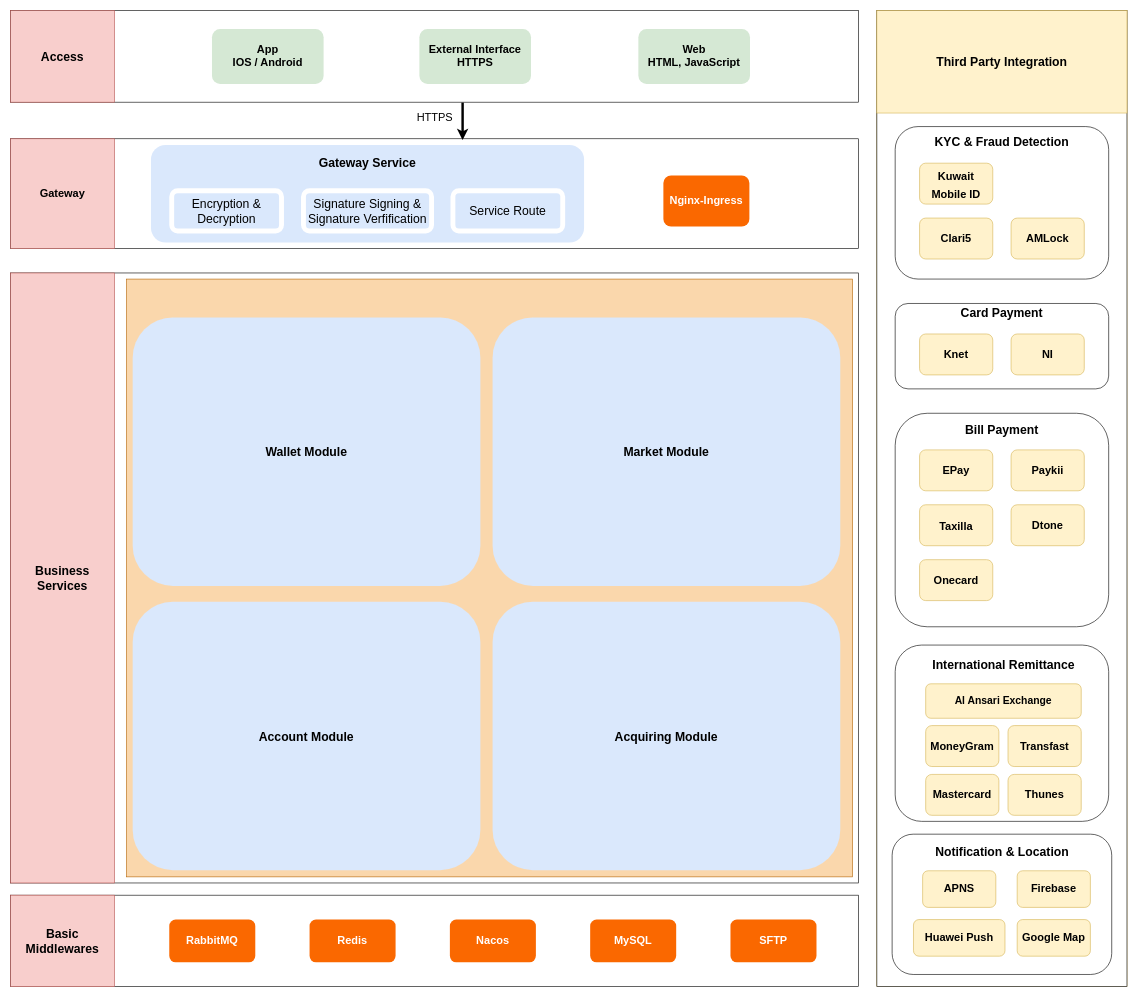
Before: wallet_kwt_archi.drawio in EricLuoisme/own-diagrams-draw-io, a draw.io diagram. Source tidied: cells renumbered, new cells numbered last; positions are measured from the earlier drawing's top-left corner, leaving out a move shared by most shapes. Both pictures are drawn from the tidied source at 61%, with x=0, y=0 at pixel (10, 10).
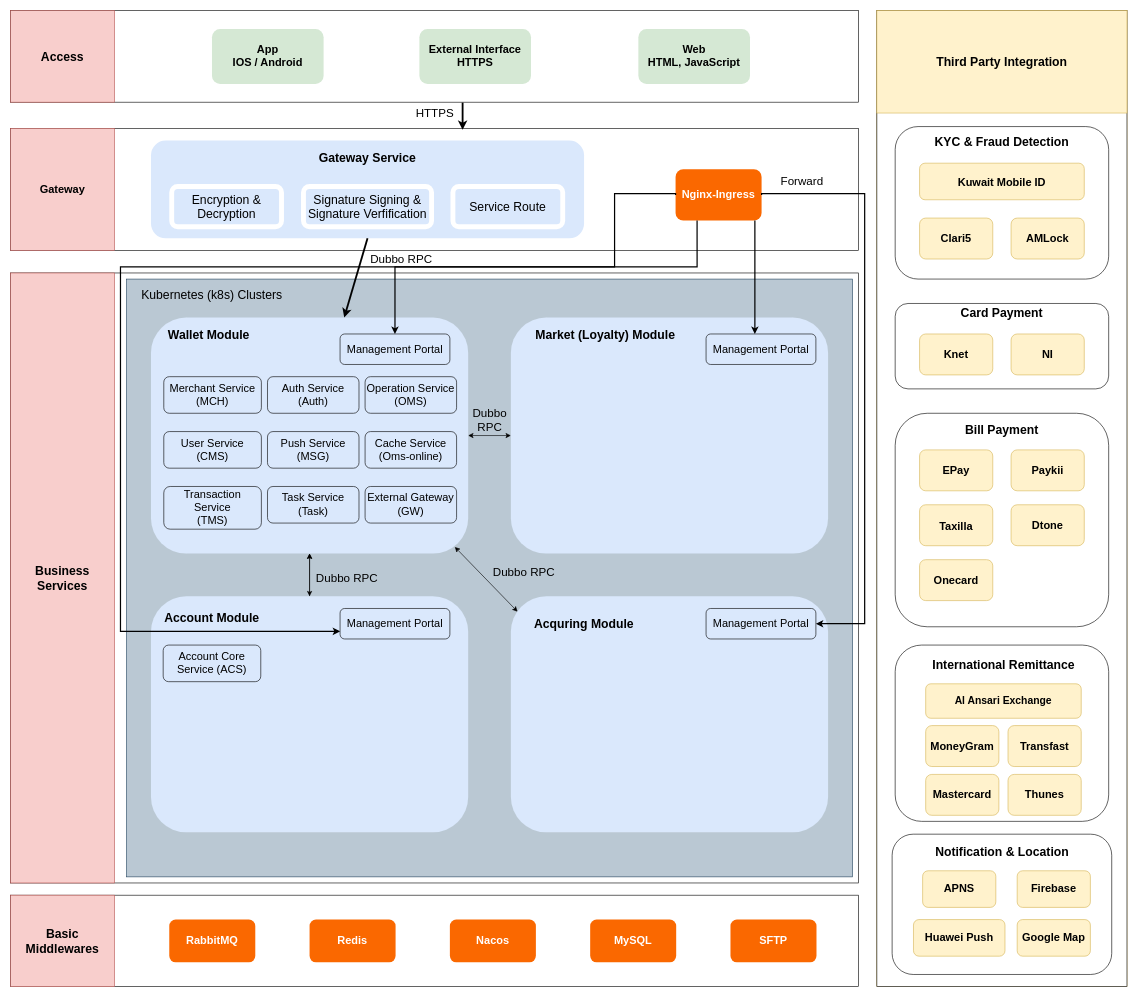
The same diagram, later.

The change refers to these unchanged cells:
```xml
<mxCell id="3" style="rounded=0;whiteSpace=wrap;html=1;fontSize=11;strokeWidth=1;" parent="2" vertex="1">
  <mxGeometry width="1390" height="150" as="geometry" />
</mxCell>
<mxCell id="51" style="group;" parent="1" vertex="1">
  <mxGeometry x="1450" y="190" width="350" height="250" as="geometry" />
</mxCell>
```

The edit, as a diff of the source:
```diff
@@
     <mxCell id="8" style="group;" parent="1" vertex="1">
-      <mxGeometry y="210" width="1390" height="180" as="geometry" />
+      <mxGeometry y="193" width="1390" height="200" as="geometry" />
     </mxCell>
     <mxCell id="9" style="rounded=0;whiteSpace=wrap;html=1;fontSize=11;strokeWidth=1;" parent="8" vertex="1">
-      <mxGeometry width="1390" height="180" as="geometry" />
+      <mxGeometry width="1390" height="200" as="geometry" />
     </mxCell>
     <mxCell id="10" value="&lt;font style=&quot;font-size: 18px;&quot;&gt;&lt;b&gt;Gateway&lt;/b&gt;&lt;/font&gt;" style="rounded=0;whiteSpace=wrap;html=1;fillColor=#f8cecc;strokeColor=#b85450;" parent="8" vertex="1">
-      <mxGeometry width="170" height="180" as="geometry" />
+      <mxGeometry width="170" height="200" as="geometry" />
     </mxCell>
     <mxCell id="11" value="&lt;font color=&quot;#ffffff&quot; style=&quot;font-size: 18px;&quot;&gt;&lt;b&gt;Nginx-Ingress&lt;/b&gt;&lt;/font&gt;" style="rounded=1;whiteSpace=wrap;html=1;labelBorderColor=none;fillColor=#fa6800;strokeColor=none;fontColor=#000000;" parent="8" vertex="1">
-      <mxGeometry x="1070" y="60" width="141" height="84" as="geometry" />
+      <mxGeometry x="1090" y="67.1" width="141" height="84" as="geometry" />
     </mxCell>
-    <mxCell id="12" style="group;" parent="8" vertex="1">
-      <mxGeometry x="230" y="10" width="710" height="160" as="geometry" />
-    </mxCell>
-    <mxCell id="13" style="rounded=1;whiteSpace=wrap;html=1;fillColor=#dae8fc;strokeColor=none;" parent="12" vertex="1">
-      <mxGeometry width="710" height="160" as="geometry" />
+    <mxCell id="13" style="rounded=1;whiteSpace=wrap;html=1;fillColor=#dae8fc;strokeColor=none;" parent="8" vertex="1">
+      <mxGeometry x="230" y="20" width="710" height="160" as="geometry" />
     </mxCell>
+    <mxCell id="17" value="&lt;font style=&quot;font-size: 20px;&quot;&gt;Service Route&lt;/font&gt;" style="rounded=1;whiteSpace=wrap;html=1;fillColor=#dae8fc;strokeColor=#FFFFFF;strokeWidth=8;" parent="8" vertex="1">
+      <mxGeometry x="725" y="95.3" width="180" height="65.9" as="geometry" />
+    </mxCell>
+    <mxCell id="16" value="&lt;font style=&quot;font-size: 20px;&quot;&gt;Signature Signing &amp;amp; Signature Verfification&lt;/font&gt;" style="rounded=1;whiteSpace=wrap;html=1;fillColor=#dae8fc;strokeColor=#FFFFFF;strokeWidth=8;" parent="8" vertex="1">
+      <mxGeometry x="480" y="95.3" width="210" height="65.9" as="geometry" />
+    </mxCell>
-    <mxCell id="14" value="&lt;font style=&quot;font-size: 20px;&quot;&gt;Gateway Service&lt;/font&gt;" style="text;strokeColor=none;align=center;fillColor=none;html=1;verticalAlign=middle;whiteSpace=wrap;rounded=0;fontStyle=1;" parent="12" vertex="1">
-      <mxGeometry x="215" y="9.4" width="280" height="37.6" as="geometry" />
+    <mxCell id="14" value="&lt;font style=&quot;font-size: 20px;&quot;&gt;Gateway Service&lt;/font&gt;" style="text;strokeColor=none;align=center;fillColor=none;html=1;verticalAlign=middle;whiteSpace=wrap;rounded=0;fontStyle=1;" parent="8" vertex="1">
+      <mxGeometry x="445" y="29.4" width="280" height="37.6" as="geometry" />
     </mxCell>
-    <mxCell id="15" value="&lt;font style=&quot;font-size: 20px;&quot;&gt;Encryption &amp;amp; Decryption&lt;/font&gt;" style="rounded=1;whiteSpace=wrap;html=1;fillColor=#dae8fc;strokeColor=#FFFFFF;strokeWidth=8;" parent="12" vertex="1">
-      <mxGeometry x="34" y="75.3" width="180" height="65.9" as="geometry" />
+    <mxCell id="15" value="&lt;font style=&quot;font-size: 20px;&quot;&gt;Encryption &amp;amp; Decryption&lt;/font&gt;" style="rounded=1;whiteSpace=wrap;html=1;fillColor=#dae8fc;strokeColor=#FFFFFF;strokeWidth=8;" parent="8" vertex="1">
+      <mxGeometry x="264" y="95.3" width="180" height="65.9" as="geometry" />
     </mxCell>
-    <mxCell id="16" value="&lt;font style=&quot;font-size: 20px;&quot;&gt;Signature Signing &amp;amp; Signature Verfification&lt;/font&gt;" style="rounded=1;whiteSpace=wrap;html=1;fillColor=#dae8fc;strokeColor=#FFFFFF;strokeWidth=8;" parent="12" vertex="1">
-      <mxGeometry x="250" y="75.3" width="210" height="65.9" as="geometry" />
-    </mxCell>
-    <mxCell id="17" value="&lt;font style=&quot;font-size: 20px;&quot;&gt;Service Route&lt;/font&gt;" style="rounded=1;whiteSpace=wrap;html=1;fillColor=#dae8fc;strokeColor=#FFFFFF;strokeWidth=8;" parent="12" vertex="1">
-      <mxGeometry x="495" y="75.3" width="180" height="65.9" as="geometry" />
-    </mxCell>
-    <mxCell id="18" style="group;" parent="1" vertex="1">
+    <mxCell id="18" style="group;fontStyle=1;" parent="1" vertex="1">
       <mxGeometry y="430" width="1420" height="1050" as="geometry" />
     </mxCell>
@@
-    <mxCell id="21" style="rounded=0;whiteSpace=wrap;html=1;fillColor=#fad7ac;strokeColor=#b46504;" parent="18" vertex="1">
+    <mxCell id="21" style="rounded=0;whiteSpace=wrap;html=1;fillColor=#bac8d3;strokeColor=#23445d;" parent="18" vertex="1">
       <mxGeometry x="190" y="10" width="1190" height="980" as="geometry" />
     </mxCell>
+    <mxCell id="72" style="rounded=0;jettySize=auto;html=1;exitX=0.5;exitY=1;exitDx=0;exitDy=0;entryX=0.5;entryY=0;entryDx=0;entryDy=0;startArrow=classic;startFill=1;" parent="18" edge="1" source="22" target="78">
+      <mxGeometry relative="1" as="geometry" />
+    </mxCell>
+    <mxCell id="73" value="&lt;font style=&quot;font-size: 19px;&quot;&gt;Dubbo RPC&lt;/font&gt;" style="edgeLabel;html=1;align=center;verticalAlign=middle;labelBackgroundColor=none;" parent="72" vertex="1">
+      <mxGeometry x="0.04" y="-3" relative="1" as="geometry">
+        <mxPoint x="63" y="4" as="offset" />
+      </mxGeometry>
+    </mxCell>
+    <mxCell id="74" style="edgeStyle=orthogonalEdgeStyle;rounded=0;jettySize=auto;html=1;exitX=1;exitY=0.5;exitDx=0;exitDy=0;entryX=0;entryY=0.5;entryDx=0;entryDy=0;startArrow=classic;startFill=1;" parent="18" edge="1" source="22" target="76">
+      <mxGeometry relative="1" as="geometry" />
+    </mxCell>
+    <mxCell id="75" value="&lt;span style=&quot;font-size: 19px;&quot;&gt;Dubbo&lt;/span&gt;&lt;div&gt;&lt;span style=&quot;font-size: 19px;&quot;&gt;RPC&lt;/span&gt;&lt;/div&gt;" style="edgeLabel;html=1;align=center;verticalAlign=middle;labelBackgroundColor=none;" parent="74" vertex="1">
+      <mxGeometry x="-0.2" relative="1" as="geometry">
+        <mxPoint x="6" y="-26" as="offset" />
+      </mxGeometry>
+    </mxCell>
-    <mxCell id="22" value="&lt;b&gt;&lt;font style=&quot;font-size: 20px;&quot;&gt;Wallet Module&lt;/font&gt;&lt;/b&gt;" style="rounded=1;whiteSpace=wrap;html=1;fillColor=#dae8fc;strokeColor=none;" parent="18" vertex="1">
-      <mxGeometry x="200" y="73" width="570" height="440" as="geometry" />
+    <mxCell id="22" style="rounded=1;whiteSpace=wrap;html=1;fillColor=#dae8fc;strokeColor=none;" parent="18" vertex="1">
+      <mxGeometry x="230" y="73" width="520" height="387" as="geometry" />
     </mxCell>
+    <mxCell id="76" style="rounded=1;whiteSpace=wrap;html=1;fillColor=#dae8fc;strokeColor=none;" parent="18" vertex="1">
+      <mxGeometry x="820" y="73" width="520" height="387" as="geometry" />
+    </mxCell>
+    <mxCell id="77" style="edgeStyle=orthogonalEdgeStyle;rounded=0;jettySize=auto;html=1;" parent="18" edge="1" source="78" target="22">
+      <mxGeometry relative="1" as="geometry" />
+    </mxCell>
+    <mxCell id="78" style="rounded=1;whiteSpace=wrap;html=1;fillColor=#dae8fc;strokeColor=none;" parent="18" vertex="1">
+      <mxGeometry x="230" y="530" width="520" height="387" as="geometry" />
+    </mxCell>
+    <mxCell id="79" style="rounded=1;whiteSpace=wrap;html=1;fillColor=#dae8fc;strokeColor=none;" parent="18" vertex="1">
+      <mxGeometry x="820" y="530" width="520" height="387" as="geometry" />
+    </mxCell>
+    <mxCell id="80" value="&lt;font style=&quot;font-size: 18px;&quot;&gt;Management Portal&lt;/font&gt;" style="rounded=1;whiteSpace=wrap;html=1;fillColor=#dae8fc;strokeColor=#000000;" parent="18" vertex="1">
+      <mxGeometry x="540" y="100" width="180" height="50" as="geometry" />
+    </mxCell>
+    <mxCell id="81" value="&lt;font style=&quot;font-size: 20px;&quot;&gt;Kubernetes (k8s) Clusters&lt;/font&gt;" style="text;strokeColor=none;align=center;fillColor=none;html=1;verticalAlign=middle;whiteSpace=wrap;rounded=0;" parent="18" vertex="1">
+      <mxGeometry x="200" y="20" width="260" height="30" as="geometry" />
+    </mxCell>
+    <mxCell id="82" style="rounded=0;jettySize=auto;html=1;exitX=0.958;exitY=0.972;exitDx=0;exitDy=0;entryX=0.021;entryY=0.065;entryDx=0;entryDy=0;entryPerimeter=0;startArrow=classic;startFill=1;exitPerimeter=0;" parent="18" edge="1" source="22" target="79">
+      <mxGeometry relative="1" as="geometry" />
+    </mxCell>
+    <mxCell id="83" value="&lt;span style=&quot;font-size: 19px;&quot;&gt;Dubbo RPC&lt;/span&gt;" style="edgeLabel;html=1;align=center;verticalAlign=middle;labelBackgroundColor=none;" parent="82" vertex="1">
+      <mxGeometry x="-0.18" y="5" relative="1" as="geometry">
+        <mxPoint x="66" y="1" as="offset" />
+      </mxGeometry>
+    </mxCell>
+    <mxCell id="84" value="&lt;font style=&quot;font-size: 20px;&quot;&gt;&lt;b&gt;Wallet Module&lt;/b&gt;&lt;/font&gt;" style="text;strokeColor=none;align=center;fillColor=none;html=1;verticalAlign=middle;whiteSpace=wrap;rounded=0;" parent="18" vertex="1">
+      <mxGeometry x="220" y="90" width="210" height="20" as="geometry" />
+    </mxCell>
+    <mxCell id="85" value="&lt;b&gt;&lt;font style=&quot;font-size: 20px;&quot;&gt;Market (Loyalty) Module&lt;/font&gt;&lt;/b&gt;" style="text;strokeColor=none;align=center;fillColor=none;html=1;verticalAlign=middle;whiteSpace=wrap;rounded=0;" parent="18" vertex="1">
+      <mxGeometry x="850" y="85" width="250" height="30" as="geometry" />
+    </mxCell>
-    <mxCell id="23" value="&lt;b&gt;&lt;font style=&quot;font-size: 20px;&quot;&gt;Account Module&lt;/font&gt;&lt;/b&gt;" style="rounded=1;whiteSpace=wrap;html=1;fillColor=#dae8fc;strokeColor=none;" parent="18" vertex="1">
-      <mxGeometry x="200" y="539" width="570" height="440" as="geometry" />
+    <mxCell id="23" value="&lt;b&gt;&lt;font style=&quot;font-size: 20px;&quot;&gt;Account Module&lt;/font&gt;&lt;/b&gt;" style="text;strokeColor=none;align=center;fillColor=none;html=1;verticalAlign=middle;whiteSpace=wrap;rounded=0;" parent="18" vertex="1">
+      <mxGeometry x="240" y="550" width="180" height="30" as="geometry" />
     </mxCell>
-    <mxCell id="24" value="&lt;b&gt;&lt;font style=&quot;font-size: 20px;&quot;&gt;Market Module&lt;/font&gt;&lt;/b&gt;" style="rounded=1;whiteSpace=wrap;html=1;fillColor=#dae8fc;strokeColor=none;" parent="18" vertex="1">
-      <mxGeometry x="790" y="73" width="570" height="440" as="geometry" />
-    </mxCell>
-    <mxCell id="25" value="&lt;b&gt;&lt;font style=&quot;font-size: 20px;&quot;&gt;Acquiring Module&lt;/font&gt;&lt;/b&gt;" style="rounded=1;whiteSpace=wrap;html=1;fillColor=#dae8fc;strokeColor=none;" parent="18" vertex="1">
-      <mxGeometry x="790" y="539" width="570" height="440" as="geometry" />
-    </mxCell>
+    <mxCell id="86" value="&lt;b&gt;&lt;font style=&quot;font-size: 20px;&quot;&gt;Acquring Module&lt;/font&gt;&lt;/b&gt;" style="text;strokeColor=none;align=center;fillColor=none;html=1;verticalAlign=middle;whiteSpace=wrap;rounded=0;" parent="18" vertex="1">
+      <mxGeometry x="850" y="560" width="180" height="30" as="geometry" />
+    </mxCell>
+    <mxCell id="87" value="&lt;font style=&quot;font-size: 18px;&quot;&gt;Merchant Service (MCH)&lt;/font&gt;" style="rounded=1;whiteSpace=wrap;html=1;fillColor=#dae8fc;strokeColor=#000000;" parent="18" vertex="1">
+      <mxGeometry x="251" y="170" width="160" height="60" as="geometry" />
+    </mxCell>
+    <mxCell id="88" value="&lt;font style=&quot;font-size: 18px;&quot;&gt;Management Portal&lt;/font&gt;" style="rounded=1;whiteSpace=wrap;html=1;fillColor=#dae8fc;strokeColor=#000000;" parent="18" vertex="1">
+      <mxGeometry x="1140" y="100" width="180" height="50" as="geometry" />
+    </mxCell>
+    <mxCell id="89" value="&lt;font style=&quot;font-size: 18px;&quot;&gt;Management Portal&lt;/font&gt;" style="rounded=1;whiteSpace=wrap;html=1;fillColor=#dae8fc;strokeColor=#000000;" parent="18" vertex="1">
+      <mxGeometry x="540" y="550" width="180" height="50" as="geometry" />
+    </mxCell>
+    <mxCell id="90" value="&lt;font style=&quot;font-size: 18px;&quot;&gt;Management Portal&lt;/font&gt;" style="rounded=1;whiteSpace=wrap;html=1;fillColor=#dae8fc;strokeColor=#000000;" parent="18" vertex="1">
+      <mxGeometry x="1140" y="550" width="180" height="50" as="geometry" />
+    </mxCell>
+    <mxCell id="91" value="&lt;font style=&quot;font-size: 18px;&quot;&gt;User Service (CMS)&lt;/font&gt;" style="rounded=1;whiteSpace=wrap;html=1;fillColor=#dae8fc;strokeColor=#000000;" parent="18" vertex="1">
+      <mxGeometry x="251" y="260" width="160" height="60" as="geometry" />
+    </mxCell>
+    <mxCell id="92" value="&lt;font style=&quot;font-size: 18px;&quot;&gt;Transaction Service&lt;/font&gt;&lt;div&gt;&lt;font style=&quot;font-size: 18px;&quot;&gt;(TMS)&lt;/font&gt;&lt;/div&gt;" style="rounded=1;whiteSpace=wrap;html=1;fillColor=#dae8fc;strokeColor=#000000;" parent="18" vertex="1">
+      <mxGeometry x="251" y="350" width="160" height="70" as="geometry" />
+    </mxCell>
+    <mxCell id="93" value="&lt;font style=&quot;font-size: 18px;&quot;&gt;Auth Service (Auth)&lt;/font&gt;" style="rounded=1;whiteSpace=wrap;html=1;fillColor=#dae8fc;strokeColor=#000000;" parent="18" vertex="1">
+      <mxGeometry x="421" y="170" width="150" height="60" as="geometry" />
+    </mxCell>
+    <mxCell id="94" value="&lt;font style=&quot;font-size: 18px;&quot;&gt;Push Service (MSG)&lt;/font&gt;" style="rounded=1;whiteSpace=wrap;html=1;fillColor=#dae8fc;strokeColor=#000000;" parent="18" vertex="1">
+      <mxGeometry x="421" y="260" width="150" height="60" as="geometry" />
+    </mxCell>
+    <mxCell id="95" value="&lt;font style=&quot;font-size: 18px;&quot;&gt;Task Service (Task&lt;/font&gt;&lt;span style=&quot;font-size: 18px; background-color: initial;&quot;&gt;)&lt;/span&gt;" style="rounded=1;whiteSpace=wrap;html=1;fillColor=#dae8fc;strokeColor=#000000;" parent="18" vertex="1">
+      <mxGeometry x="421" y="350" width="150" height="60" as="geometry" />
+    </mxCell>
+    <mxCell id="96" value="&lt;span style=&quot;font-size: 18px;&quot;&gt;Cache Service (Oms-online)&lt;/span&gt;" style="rounded=1;whiteSpace=wrap;html=1;fillColor=#dae8fc;strokeColor=#000000;" parent="18" vertex="1">
+      <mxGeometry x="581" y="260" width="150" height="60" as="geometry" />
+    </mxCell>
+    <mxCell id="97" value="&lt;font style=&quot;font-size: 18px;&quot;&gt;Operation Service (OMS)&lt;/font&gt;" style="rounded=1;whiteSpace=wrap;html=1;fillColor=#dae8fc;strokeColor=#000000;" parent="18" vertex="1">
+      <mxGeometry x="581" y="170" width="150" height="60" as="geometry" />
+    </mxCell>
+    <mxCell id="98" value="&lt;span style=&quot;font-size: 18px;&quot;&gt;External Gateway (GW)&lt;/span&gt;" style="rounded=1;whiteSpace=wrap;html=1;fillColor=#dae8fc;strokeColor=#000000;" parent="18" vertex="1">
+      <mxGeometry x="581" y="350" width="150" height="60" as="geometry" />
+    </mxCell>
+    <mxCell id="99" value="&lt;font style=&quot;font-size: 18px;&quot;&gt;Account Core Service (ACS)&lt;/font&gt;" style="rounded=1;whiteSpace=wrap;html=1;fillColor=#dae8fc;strokeColor=#000000;" parent="18" vertex="1">
+      <mxGeometry x="250" y="610" width="160" height="60" as="geometry" />
+    </mxCell>
@@
     <mxCell id="56" value="&lt;h1&gt;&lt;span class=&quot;AfwdI&quot;&gt;&lt;font style=&quot;font-size: 18px;&quot;&gt;Kuwait Mobile ID&lt;/font&gt;&lt;/span&gt;&lt;/h1&gt;" style="rounded=1;whiteSpace=wrap;html=1;fillColor=#fff2cc;strokeColor=#d6b656;" parent="51" vertex="1">
-      <mxGeometry x="40" y="60" width="120" height="67.1" as="geometry" />
+      <mxGeometry x="40" y="60" width="270" height="60" as="geometry" />
     </mxCell>
@@
-    <mxCell id="70" style="endArrow=classic;html=1;rounded=0;entryX=0.533;entryY=0.012;entryDx=0;entryDy=0;entryPerimeter=0;strokeWidth=4;exitX=0.533;exitY=1.005;exitDx=0;exitDy=0;exitPerimeter=0;" parent="1" edge="1" source="3" target="9">
+    <mxCell id="70" style="endArrow=classic;html=1;rounded=0;entryX=0.533;entryY=0.012;entryDx=0;entryDy=0;entryPerimeter=0;strokeWidth=3;exitX=0.533;exitY=1.005;exitDx=0;exitDy=0;exitPerimeter=0;" parent="1" edge="1" source="3" target="9">
       <mxGeometry relative="1" as="geometry" />
     </mxCell>
-    <mxCell id="71" value="&lt;font style=&quot;font-size: 18px;&quot;&gt;HTTPS&lt;/font&gt;" style="edgeLabel;html=1;align=center;verticalAlign=middle;" parent="70" vertex="1">
+    <mxCell id="71" value="&lt;font style=&quot;font-size: 19px;&quot;&gt;HTTPS&lt;/font&gt;" style="edgeLabel;html=1;align=center;verticalAlign=middle;fontSize=19;" parent="70" vertex="1">
       <mxGeometry x="-0.21" relative="1" as="geometry">
         <mxPoint x="-46" as="offset" />
       </mxGeometry>
     </mxCell>
+    <mxCell id="100" style="rounded=0;jettySize=auto;html=1;exitX=0.5;exitY=1;exitDx=0;exitDy=0;strokeWidth=3;" parent="1" edge="1" source="13" target="22">
+      <mxGeometry relative="1" as="geometry" />
+    </mxCell>
+    <mxCell id="101" value="&lt;font style=&quot;font-size: 19px;&quot;&gt;Dubbo RPC&lt;/font&gt;" style="edgeLabel;html=1;align=center;verticalAlign=middle;fontStyle=0;" parent="100" vertex="1">
+      <mxGeometry x="-0.3" y="4" relative="1" as="geometry">
+        <mxPoint x="64" y="-12" as="offset" />
+      </mxGeometry>
+    </mxCell>
+    <mxCell id="102" style="rounded=0;jettySize=auto;html=1;exitX=0;exitY=0.5;exitDx=0;exitDy=0;strokeWidth=2;edgeStyle=orthogonalEdgeStyle;" parent="1" edge="1" source="11" target="80">
+      <mxGeometry relative="1" as="geometry">
+        <Array as="points">
+          <mxPoint x="1090" y="300" />
+          <mxPoint x="990" y="300" />
+          <mxPoint x="990" y="420" />
+          <mxPoint x="630" y="420" />
+        </Array>
+      </mxGeometry>
+    </mxCell>
+    <mxCell id="103" style="rounded=0;jettySize=auto;html=1;exitX=0.25;exitY=1;exitDx=0;exitDy=0;strokeWidth=2;edgeStyle=orthogonalEdgeStyle;entryX=0;entryY=0.75;entryDx=0;entryDy=0;" parent="1" edge="1" source="11" target="89">
+      <mxGeometry relative="1" as="geometry">
+        <Array as="points">
+          <mxPoint x="1125" y="420" />
+          <mxPoint x="180" y="420" />
+          <mxPoint x="180" y="1018" />
+        </Array>
+      </mxGeometry>
+    </mxCell>
+    <mxCell id="104" style="rounded=0;orthogonalLoop=1;jettySize=auto;html=1;strokeWidth=2;edgeStyle=orthogonalEdgeStyle;" parent="1" edge="1">
+      <mxGeometry relative="1" as="geometry">
+        <mxPoint x="1220" y="344" as="sourcePoint" />
+        <mxPoint x="1220" y="530" as="targetPoint" />
+      </mxGeometry>
+    </mxCell>
+    <mxCell id="105" style="rounded=0;jettySize=auto;html=1;exitX=1;exitY=0.5;exitDx=0;exitDy=0;strokeWidth=2;edgeStyle=orthogonalEdgeStyle;" parent="1" edge="1" source="11">
+      <mxGeometry relative="1" as="geometry">
+        <mxPoint x="1320" y="1005" as="targetPoint" />
+        <Array as="points">
+          <mxPoint x="1231" y="300" />
+          <mxPoint x="1400" y="300" />
+          <mxPoint x="1400" y="1005" />
+        </Array>
+      </mxGeometry>
+    </mxCell>
+    <mxCell id="106" value="&lt;font style=&quot;font-size: 19px;&quot;&gt;Forward&lt;/font&gt;" style="edgeLabel;html=1;align=center;verticalAlign=middle;" parent="105" vertex="1">
+      <mxGeometry x="-0.93" y="-6" relative="1" as="geometry">
+        <mxPoint x="35" y="-26" as="offset" />
+      </mxGeometry>
+    </mxCell>
```
